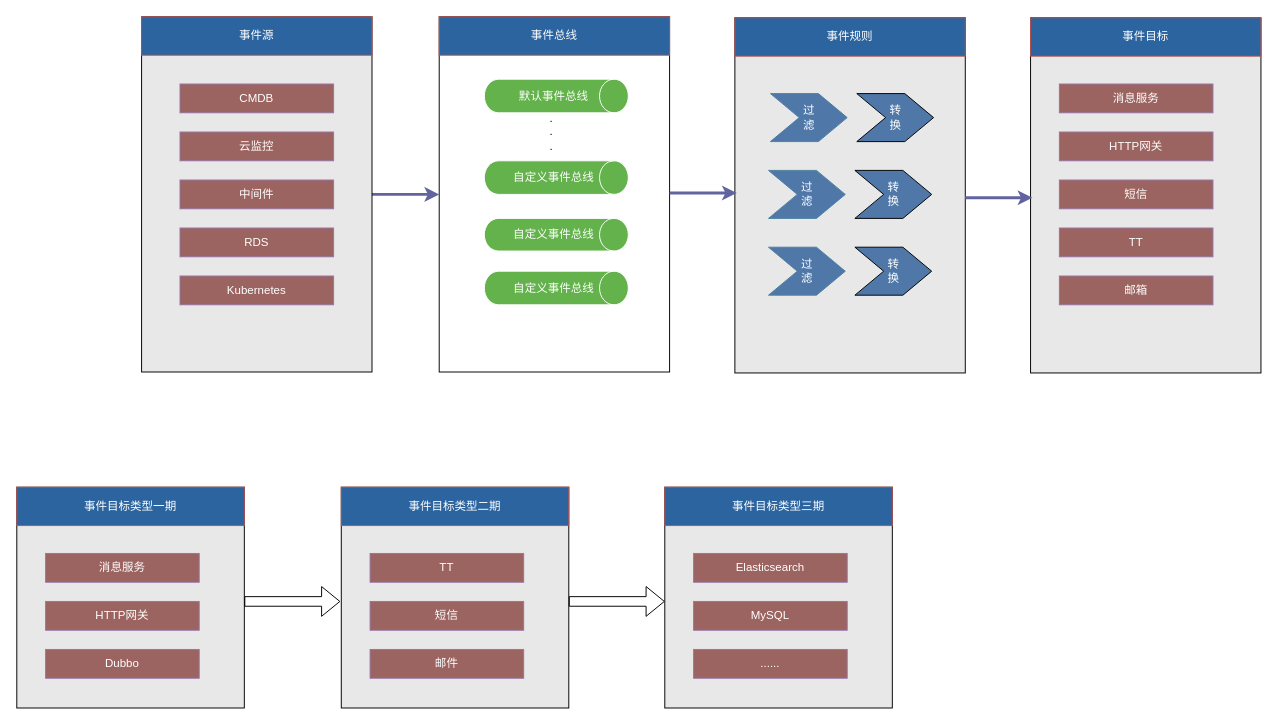
Above: EventBridge基本模型.drawio in qiangyin/zipkin-server (draw.io), before the change. Source tidied: cells renumbered, new cells numbered last; positions are measured from the earlier drawing's top-left corner, leaving out a move shared by most shapes. Both pictures are drawn from the tidied source at 96%, with x=0, y=0 at pixel (16, 16).
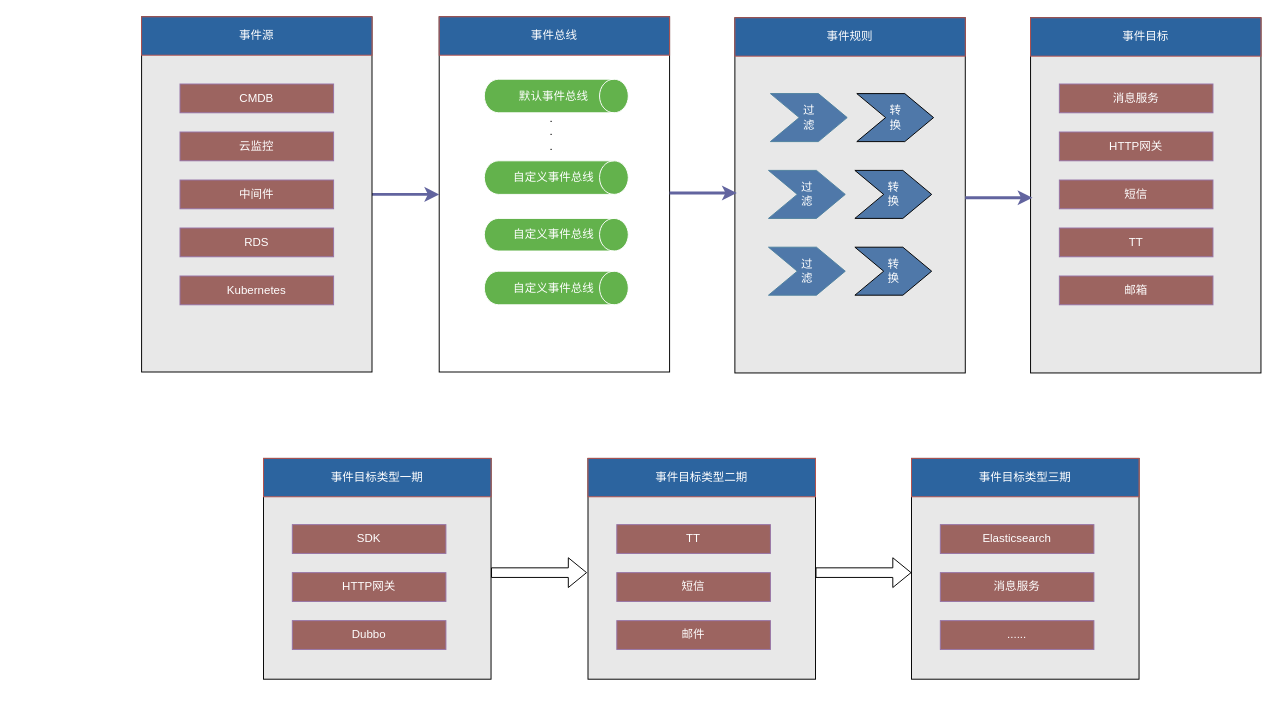
Above is the later version.

Commit message:
更新EventBridge基本模型.drawio

Change to the diagram source:
```diff
@@
     <mxCell id="34" style="rounded=0;whiteSpace=wrap;html=1;fillColor=#E8E8E8;" parent="1" vertex="1">
-      <mxGeometry y="490" width="237" height="230" as="geometry" />
+      <mxGeometry x="257" y="460" width="237" height="230" as="geometry" />
     </mxCell>
     <mxCell id="35" value="&lt;font color=&quot;#ffffff&quot;&gt;事件目标类型一期&lt;/font&gt;" style="text;html=1;align=center;verticalAlign=middle;whiteSpace=wrap;rounded=0;fillColor=#2C649F;strokeColor=#b85450;" parent="1" vertex="1">
-      <mxGeometry y="490" width="237" height="40" as="geometry" />
+      <mxGeometry x="257" y="460" width="237" height="40" as="geometry" />
     </mxCell>
-    <mxCell id="36" value="&lt;font color=&quot;#ffffff&quot;&gt;消息服务&lt;/font&gt;" style="text;html=1;align=center;verticalAlign=middle;whiteSpace=wrap;rounded=0;fillColor=#9C6460;strokeColor=#9673a6;" parent="1" vertex="1">
-      <mxGeometry x="30" y="559" width="160" height="30" as="geometry" />
+    <mxCell id="36" value="&lt;font color=&quot;#ffffff&quot;&gt;SDK&lt;/font&gt;" style="text;html=1;align=center;verticalAlign=middle;whiteSpace=wrap;rounded=0;fillColor=#9C6460;strokeColor=#9673a6;" parent="1" vertex="1">
+      <mxGeometry x="287" y="529" width="160" height="30" as="geometry" />
     </mxCell>
     <mxCell id="37" value="&lt;font color=&quot;#ffffff&quot;&gt;Dubbo&lt;/font&gt;" style="text;html=1;align=center;verticalAlign=middle;whiteSpace=wrap;rounded=0;fillColor=#9C6460;strokeColor=#9673a6;" parent="1" vertex="1">
-      <mxGeometry x="30" y="659" width="160" height="30" as="geometry" />
+      <mxGeometry x="287" y="629" width="160" height="30" as="geometry" />
     </mxCell>
     <mxCell id="38" value="&lt;font color=&quot;#ffffff&quot;&gt;HTTP网关&lt;/font&gt;" style="text;html=1;align=center;verticalAlign=middle;whiteSpace=wrap;rounded=0;fillColor=#9C6460;strokeColor=#9673a6;" parent="1" vertex="1">
-      <mxGeometry x="30" y="609" width="160" height="30" as="geometry" />
+      <mxGeometry x="287" y="579" width="160" height="30" as="geometry" />
     </mxCell>
     <mxCell id="39" style="rounded=0;whiteSpace=wrap;html=1;fillColor=#E8E8E8;" parent="1" vertex="1">
-      <mxGeometry x="338" y="490" width="237" height="230" as="geometry" />
+      <mxGeometry x="595" y="460" width="237" height="230" as="geometry" />
     </mxCell>
     <mxCell id="40" value="&lt;font color=&quot;#ffffff&quot;&gt;事件目标类型二期&lt;/font&gt;" style="text;html=1;align=center;verticalAlign=middle;whiteSpace=wrap;rounded=0;fillColor=#2C649F;strokeColor=#b85450;" parent="1" vertex="1">
-      <mxGeometry x="338" y="490" width="237" height="40" as="geometry" />
+      <mxGeometry x="595" y="460" width="237" height="40" as="geometry" />
     </mxCell>
     <mxCell id="41" value="&lt;font color=&quot;#ffffff&quot;&gt;TT&lt;/font&gt;" style="text;html=1;align=center;verticalAlign=middle;whiteSpace=wrap;rounded=0;fillColor=#9C6460;strokeColor=#9673a6;" parent="1" vertex="1">
-      <mxGeometry x="368" y="559" width="160" height="30" as="geometry" />
+      <mxGeometry x="625" y="529" width="160" height="30" as="geometry" />
     </mxCell>
     <mxCell id="42" value="&lt;font color=&quot;#ffffff&quot;&gt;邮件&lt;/font&gt;" style="text;html=1;align=center;verticalAlign=middle;whiteSpace=wrap;rounded=0;fillColor=#9C6460;strokeColor=#9673a6;" parent="1" vertex="1">
-      <mxGeometry x="368" y="659" width="160" height="30" as="geometry" />
+      <mxGeometry x="625" y="629" width="160" height="30" as="geometry" />
     </mxCell>
     <mxCell id="43" value="&lt;font color=&quot;#ffffff&quot;&gt;短信&lt;/font&gt;" style="text;html=1;align=center;verticalAlign=middle;whiteSpace=wrap;rounded=0;fillColor=#9C6460;strokeColor=#9673a6;" parent="1" vertex="1">
-      <mxGeometry x="368" y="609" width="160" height="30" as="geometry" />
+      <mxGeometry x="625" y="579" width="160" height="30" as="geometry" />
     </mxCell>
     <mxCell id="44" style="rounded=0;whiteSpace=wrap;html=1;fillColor=#E8E8E8;" parent="1" vertex="1">
-      <mxGeometry x="675" y="490" width="237" height="230" as="geometry" />
+      <mxGeometry x="932" y="460" width="237" height="230" as="geometry" />
     </mxCell>
     <mxCell id="45" value="&lt;font color=&quot;#ffffff&quot;&gt;事件目标类型三期&lt;/font&gt;" style="text;html=1;align=center;verticalAlign=middle;whiteSpace=wrap;rounded=0;fillColor=#2C649F;strokeColor=#b85450;" parent="1" vertex="1">
-      <mxGeometry x="675" y="490" width="237" height="40" as="geometry" />
+      <mxGeometry x="932" y="460" width="237" height="40" as="geometry" />
     </mxCell>
     <mxCell id="46" value="&lt;font color=&quot;#ffffff&quot;&gt;Elasticsearch&lt;/font&gt;" style="text;html=1;align=center;verticalAlign=middle;whiteSpace=wrap;rounded=0;fillColor=#9C6460;strokeColor=#9673a6;" parent="1" vertex="1">
-      <mxGeometry x="705" y="559" width="160" height="30" as="geometry" />
+      <mxGeometry x="962" y="529" width="160" height="30" as="geometry" />
     </mxCell>
     <mxCell id="47" value="&lt;font color=&quot;#ffffff&quot;&gt;......&lt;/font&gt;" style="text;html=1;align=center;verticalAlign=middle;whiteSpace=wrap;rounded=0;fillColor=#9C6460;strokeColor=#9673a6;" parent="1" vertex="1">
-      <mxGeometry x="705" y="659" width="160" height="30" as="geometry" />
+      <mxGeometry x="962" y="629" width="160" height="30" as="geometry" />
     </mxCell>
-    <mxCell id="48" value="&lt;font color=&quot;#ffffff&quot;&gt;MySQL&lt;/font&gt;" style="text;html=1;align=center;verticalAlign=middle;whiteSpace=wrap;rounded=0;fillColor=#9C6460;strokeColor=#9673a6;" parent="1" vertex="1">
-      <mxGeometry x="705" y="609" width="160" height="30" as="geometry" />
+    <mxCell id="48" value="&lt;span style=&quot;color: rgb(255, 255, 255);&quot;&gt;消息服务&lt;/span&gt;" style="text;html=1;align=center;verticalAlign=middle;whiteSpace=wrap;rounded=0;fillColor=#9C6460;strokeColor=#9673a6;" parent="1" vertex="1">
+      <mxGeometry x="962" y="579" width="160" height="30" as="geometry" />
     </mxCell>
     <mxCell id="49" style="shape=flexArrow;endArrow=classic;html=1;rounded=0;" parent="1" edge="1">
       <mxGeometry relative="1" as="geometry">
-        <mxPoint x="237" y="609" as="sourcePoint" />
-        <mxPoint x="337" y="609" as="targetPoint" />
+        <mxPoint x="494" y="579" as="sourcePoint" />
+        <mxPoint x="594" y="579" as="targetPoint" />
       </mxGeometry>
     </mxCell>
     <mxCell id="50" style="shape=flexArrow;endArrow=classic;html=1;rounded=0;" parent="1" edge="1">
       <mxGeometry relative="1" as="geometry">
-        <mxPoint x="575" y="609" as="sourcePoint" />
-        <mxPoint x="675" y="609" as="targetPoint" />
+        <mxPoint x="832" y="579" as="sourcePoint" />
+        <mxPoint x="932" y="579" as="targetPoint" />
       </mxGeometry>
     </mxCell>
```
